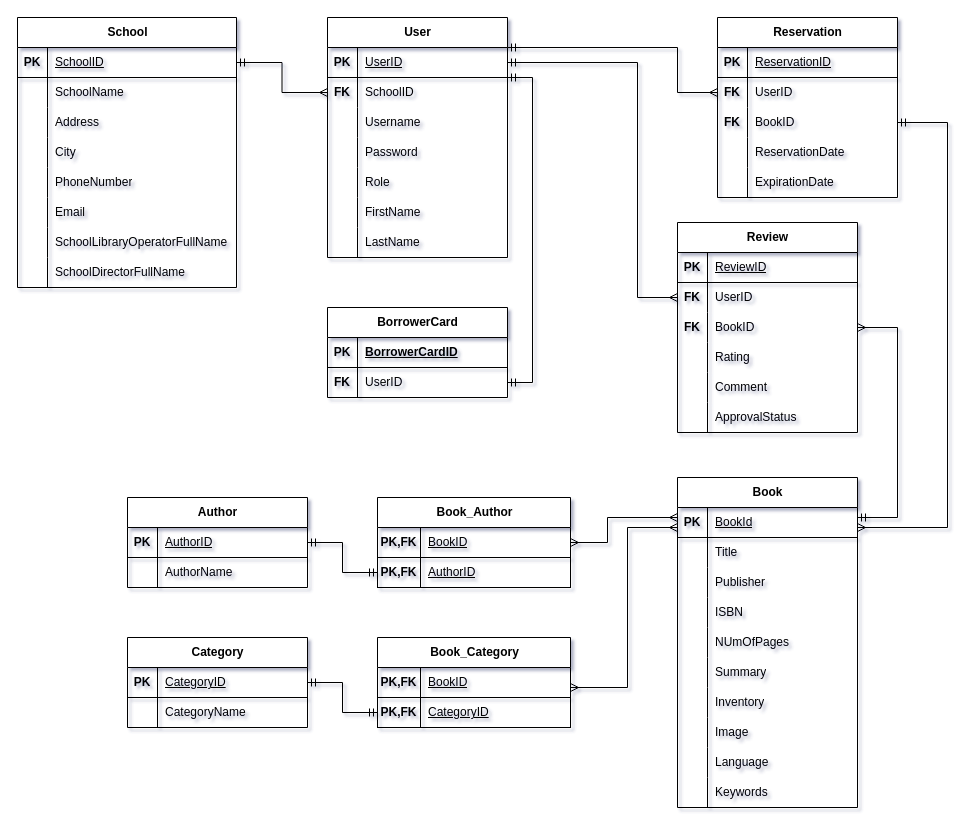
Earlier version of the draw.io diagram Untitled Diagram.drawio (ntua-el19877/Databases). Source tidied: cells renumbered, new cells numbered last; positions are measured from the earlier drawing's top-left corner, leaving out a move shared by most shapes. Both pictures are drawn from the tidied source at 100%, with x=0, y=0 at pixel (17, 17).
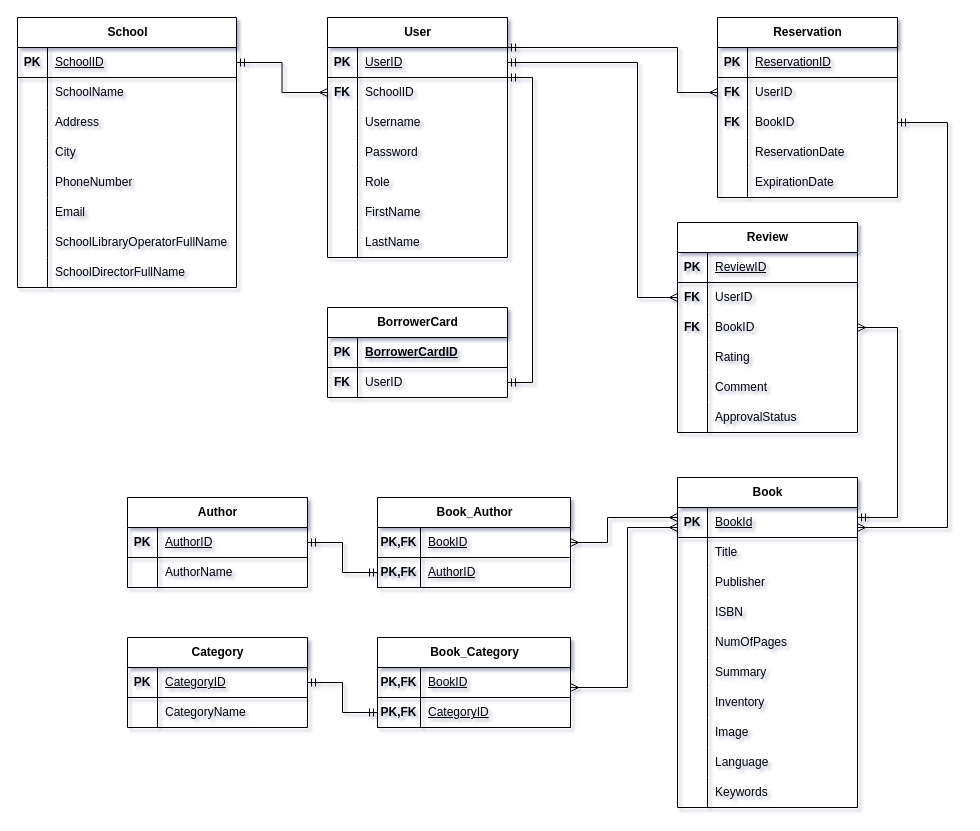
The same diagram, later.

The change refers to these unchanged cells:
```xml
<mxCell id="41" style="shape=tableRow;horizontal=0;startSize=0;swimlaneHead=0;swimlaneBody=0;fillColor=none;top=0;left=0;right=0;bottom=0;" parent="28" vertex="1">
  <mxGeometry y="150" width="180" height="30" as="geometry" />
</mxCell>
```

The edit, as a diff of the source:
```diff
@@
-    <mxCell id="43" value="NUmOfPages" style="shape=partialRectangle;fillColor=none;top=0;left=0;bottom=0;right=0;align=left;spacingLeft=6;overflow=hidden;whiteSpace=wrap;html=1;" parent="41" vertex="1">
+    <mxCell id="43" value="NumOfPages" style="shape=partialRectangle;fillColor=none;top=0;left=0;bottom=0;right=0;align=left;spacingLeft=6;overflow=hidden;whiteSpace=wrap;html=1;" parent="41" vertex="1">
       <mxGeometry x="30" width="150" height="30" as="geometry" />
     </mxCell>
```
